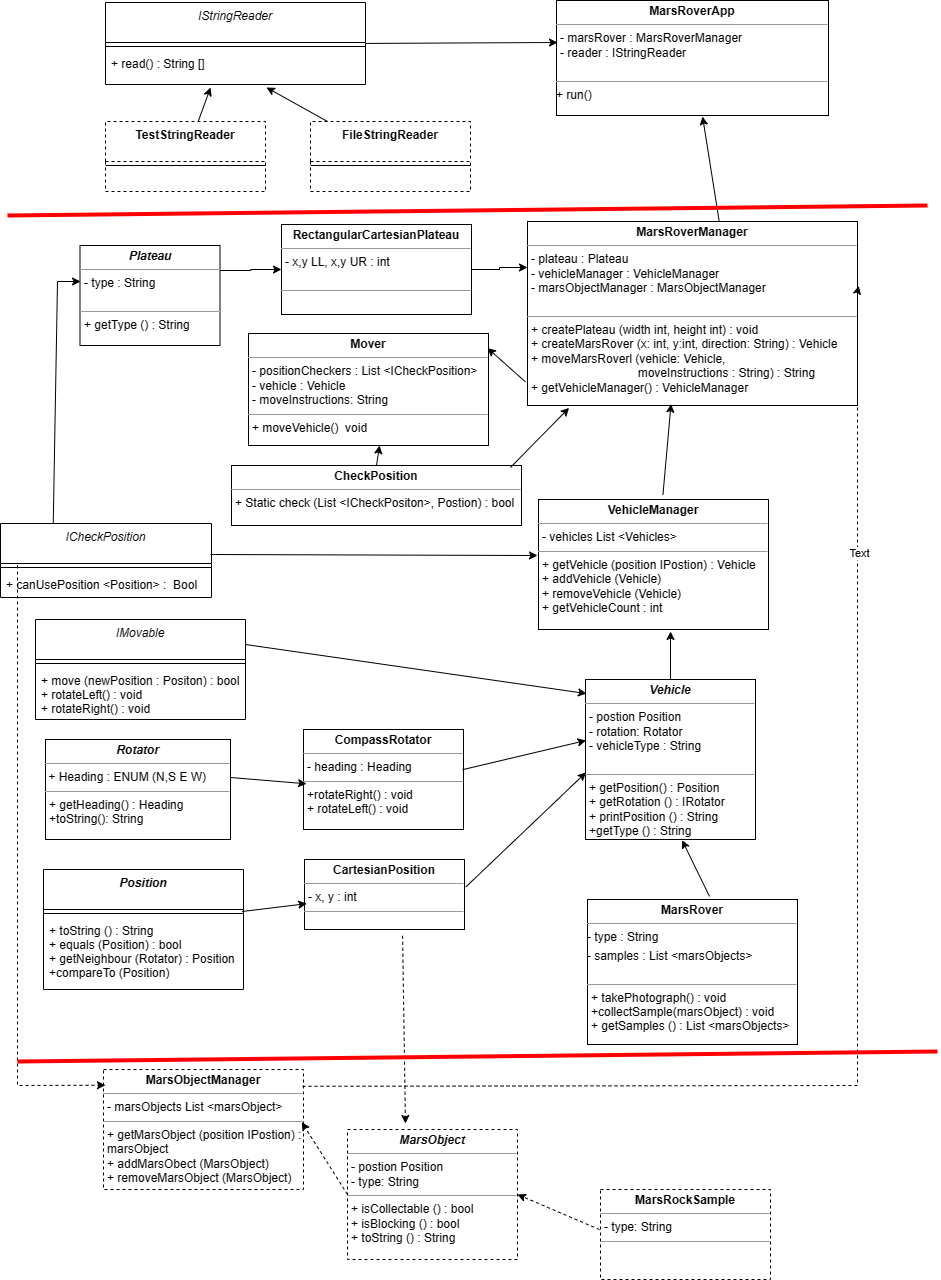
adeyatz/melody-mars-rover-app keeps this draw.io diagram as Docs/Melody Mars Rover UML v4.png. Above is the earlier version. Source tidied: cells renumbered, new cells last; positions are measured from the earlier drawing's top-left corner, leaving out a move shared by most shapes.
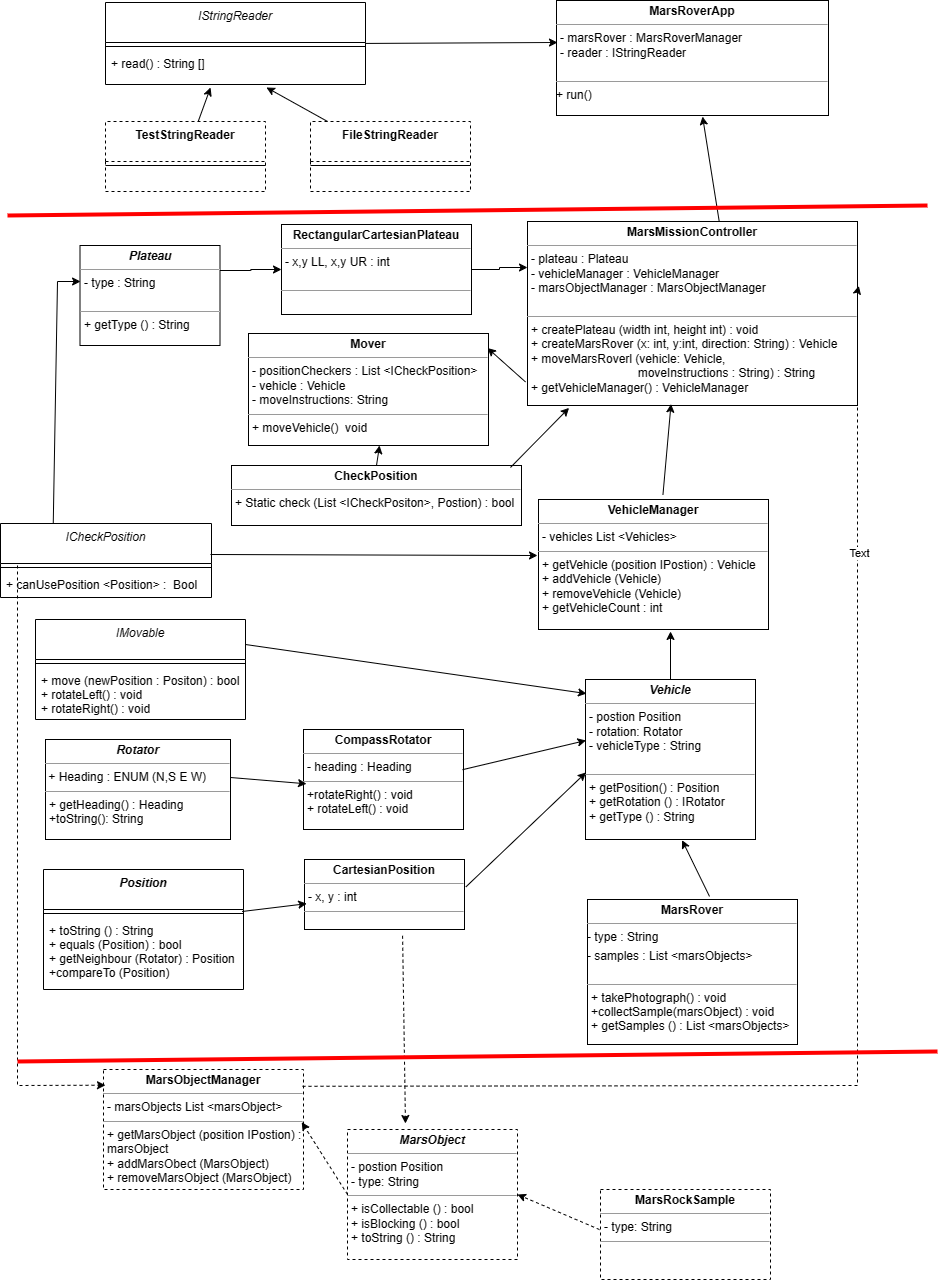
After the commit.

Diff of the diagram source:
```diff
@@ -26,10 +26,10 @@
     <mxCell id="9" value="&lt;p style=&quot;margin:0px;margin-top:4px;text-align:center;&quot;&gt;&lt;b&gt;VehicleManager&lt;/b&gt;&lt;/p&gt;&lt;hr size=&quot;1&quot;&gt;&lt;p style=&quot;margin:0px;margin-left:4px;&quot;&gt;- vehicles List &amp;lt;Vehicles&amp;gt;&lt;/p&gt;&lt;hr size=&quot;1&quot;&gt;&lt;p style=&quot;margin:0px;margin-left:4px;&quot;&gt;&lt;span style=&quot;background-color: initial;&quot;&gt;+ getVehicle (position IPostion) : Vehicle&lt;/span&gt;&lt;br&gt;&lt;/p&gt;&lt;p style=&quot;margin:0px;margin-left:4px;&quot;&gt;+ addVehicle (Vehicle)&lt;/p&gt;&lt;p style=&quot;margin:0px;margin-left:4px;&quot;&gt;+ removeVehicle (Vehicle)&lt;/p&gt;&lt;p style=&quot;margin:0px;margin-left:4px;&quot;&gt;+ getVehicleCount : int&lt;/p&gt;" style="verticalAlign=top;align=left;overflow=fill;fontSize=12;fontFamily=Helvetica;html=1;whiteSpace=wrap;" parent="1" vertex="1">
       <mxGeometry x="538" y="499" width="230" height="130" as="geometry" />
     </mxCell>
-    <mxCell id="10" value="&lt;p style=&quot;margin:0px;margin-top:4px;text-align:center;&quot;&gt;&lt;b&gt;&lt;i&gt;Vehicle&lt;/i&gt;&lt;/b&gt;&lt;/p&gt;&lt;hr size=&quot;1&quot;&gt;&lt;p style=&quot;margin:0px;margin-left:4px;&quot;&gt;- postion Position&lt;/p&gt;&lt;p style=&quot;margin:0px;margin-left:4px;&quot;&gt;- rotation: Rotator&lt;/p&gt;&lt;p style=&quot;margin:0px;margin-left:4px;&quot;&gt;- vehicleType : String&lt;/p&gt;&lt;p style=&quot;margin:0px;margin-left:4px;&quot;&gt;&lt;br&gt;&lt;/p&gt;&lt;hr size=&quot;1&quot;&gt;&lt;p style=&quot;margin:0px;margin-left:4px;&quot;&gt;+ getPosition() : Position&lt;/p&gt;&lt;p style=&quot;margin:0px;margin-left:4px;&quot;&gt;&lt;span style=&quot;background-color: initial;&quot;&gt;+ getRotation () : IRotator&lt;/span&gt;&lt;br&gt;&lt;/p&gt;&lt;p style=&quot;margin:0px;margin-left:4px;&quot;&gt;+ printPosition () : String&lt;/p&gt;&lt;p style=&quot;margin:0px;margin-left:4px;&quot;&gt;+getType () : String&lt;/p&gt;" style="verticalAlign=top;align=left;overflow=fill;fontSize=12;fontFamily=Helvetica;html=1;whiteSpace=wrap;" parent="1" vertex="1">
+    <mxCell id="10" value="&lt;p style=&quot;margin:0px;margin-top:4px;text-align:center;&quot;&gt;&lt;b&gt;&lt;i&gt;Vehicle&lt;/i&gt;&lt;/b&gt;&lt;/p&gt;&lt;hr size=&quot;1&quot;&gt;&lt;p style=&quot;margin:0px;margin-left:4px;&quot;&gt;- postion Position&lt;/p&gt;&lt;p style=&quot;margin:0px;margin-left:4px;&quot;&gt;- rotation: Rotator&lt;/p&gt;&lt;p style=&quot;margin:0px;margin-left:4px;&quot;&gt;- vehicleType : String&lt;/p&gt;&lt;p style=&quot;margin:0px;margin-left:4px;&quot;&gt;&lt;br&gt;&lt;/p&gt;&lt;hr size=&quot;1&quot;&gt;&lt;p style=&quot;margin:0px;margin-left:4px;&quot;&gt;+ getPosition() : Position&lt;/p&gt;&lt;p style=&quot;margin:0px;margin-left:4px;&quot;&gt;&lt;span style=&quot;background-color: initial;&quot;&gt;+ getRotation () : IRotator&lt;/span&gt;&lt;br&gt;&lt;/p&gt;&lt;p style=&quot;margin:0px;margin-left:4px;&quot;&gt;&lt;span style=&quot;background-color: initial;&quot;&gt;+ getType () : String&lt;/span&gt;&lt;br&gt;&lt;/p&gt;" style="verticalAlign=top;align=left;overflow=fill;fontSize=12;fontFamily=Helvetica;html=1;whiteSpace=wrap;" parent="1" vertex="1">
       <mxGeometry x="585" y="679" width="170" height="160" as="geometry" />
     </mxCell>
-    <mxCell id="11" value="&lt;p style=&quot;margin:0px;margin-top:4px;text-align:center;&quot;&gt;&lt;b&gt;MarsRoverManager&lt;/b&gt;&lt;/p&gt;&lt;hr size=&quot;1&quot;&gt;&lt;p style=&quot;margin:0px;margin-left:4px;&quot;&gt;- plateau : Plateau&lt;/p&gt;&lt;p style=&quot;margin:0px;margin-left:4px;&quot;&gt;- vehicleManager : VehicleManager&lt;br&gt;&lt;/p&gt;&lt;p style=&quot;margin:0px;margin-left:4px;&quot;&gt;- marsObjectManager : MarsObjectManager&lt;/p&gt;&lt;p style=&quot;margin:0px;margin-left:4px;&quot;&gt;&lt;br&gt;&lt;/p&gt;&lt;hr size=&quot;1&quot;&gt;&lt;p style=&quot;margin:0px;margin-left:4px;&quot;&gt;+ createPlateau (width int, height int) : void&lt;/p&gt;&lt;p style=&quot;margin:0px;margin-left:4px;&quot;&gt;+ createMarsRover (x: int, y:int, direction: String) : Vehicle&lt;/p&gt;&lt;p style=&quot;margin:0px;margin-left:4px;&quot;&gt;+ moveMarsRoverl (vehicle: Vehicle,&amp;nbsp;&lt;/p&gt;&lt;p style=&quot;margin:0px;margin-left:4px;&quot;&gt;&lt;span style=&quot;white-space: pre;&quot;&gt;&#9;&lt;/span&gt;&lt;span style=&quot;white-space: pre;&quot;&gt;&#9;&lt;/span&gt;&lt;span style=&quot;white-space: pre;&quot;&gt;&#9;&lt;/span&gt;&lt;span style=&quot;white-space: pre;&quot;&gt;&#9;&lt;/span&gt;moveInstructions : String) : String&lt;/p&gt;&lt;p style=&quot;margin:0px;margin-left:4px;&quot;&gt;+ getVehicleManager() : VehicleManager&lt;/p&gt;" style="verticalAlign=top;align=left;overflow=fill;fontSize=12;fontFamily=Helvetica;html=1;whiteSpace=wrap;" parent="1" vertex="1">
+    <mxCell id="11" value="&lt;p style=&quot;margin:0px;margin-top:4px;text-align:center;&quot;&gt;&lt;b&gt;MarsMissionController&lt;/b&gt;&lt;/p&gt;&lt;hr size=&quot;1&quot;&gt;&lt;p style=&quot;margin:0px;margin-left:4px;&quot;&gt;- plateau : Plateau&lt;/p&gt;&lt;p style=&quot;margin:0px;margin-left:4px;&quot;&gt;- vehicleManager : VehicleManager&lt;br&gt;&lt;/p&gt;&lt;p style=&quot;margin:0px;margin-left:4px;&quot;&gt;- marsObjectManager : MarsObjectManager&lt;/p&gt;&lt;p style=&quot;margin:0px;margin-left:4px;&quot;&gt;&lt;br&gt;&lt;/p&gt;&lt;hr size=&quot;1&quot;&gt;&lt;p style=&quot;margin:0px;margin-left:4px;&quot;&gt;+ createPlateau (width int, height int) : void&lt;/p&gt;&lt;p style=&quot;margin:0px;margin-left:4px;&quot;&gt;+ createMarsRover (x: int, y:int, direction: String) : Vehicle&lt;/p&gt;&lt;p style=&quot;margin:0px;margin-left:4px;&quot;&gt;+ moveMarsRoverl (vehicle: Vehicle,&amp;nbsp;&lt;/p&gt;&lt;p style=&quot;margin:0px;margin-left:4px;&quot;&gt;&lt;span style=&quot;white-space: pre;&quot;&gt;&#9;&lt;/span&gt;&lt;span style=&quot;white-space: pre;&quot;&gt;&#9;&lt;/span&gt;&lt;span style=&quot;white-space: pre;&quot;&gt;&#9;&lt;/span&gt;&lt;span style=&quot;white-space: pre;&quot;&gt;&#9;&lt;/span&gt;moveInstructions : String) : String&lt;/p&gt;&lt;p style=&quot;margin:0px;margin-left:4px;&quot;&gt;+ getVehicleManager() : VehicleManager&lt;/p&gt;" style="verticalAlign=top;align=left;overflow=fill;fontSize=12;fontFamily=Helvetica;html=1;whiteSpace=wrap;" parent="1" vertex="1">
       <mxGeometry x="527" y="221" width="330" height="184" as="geometry" />
     </mxCell>
     <mxCell id="12" style="endArrow=classic;html=1;rounded=0;exitX=0.541;exitY=-0.035;exitDx=0;exitDy=0;exitPerimeter=0;entryX=0.435;entryY=0.992;entryDx=0;entryDy=0;entryPerimeter=0;" parent="1" edge="1" source="9" target="11">
```
